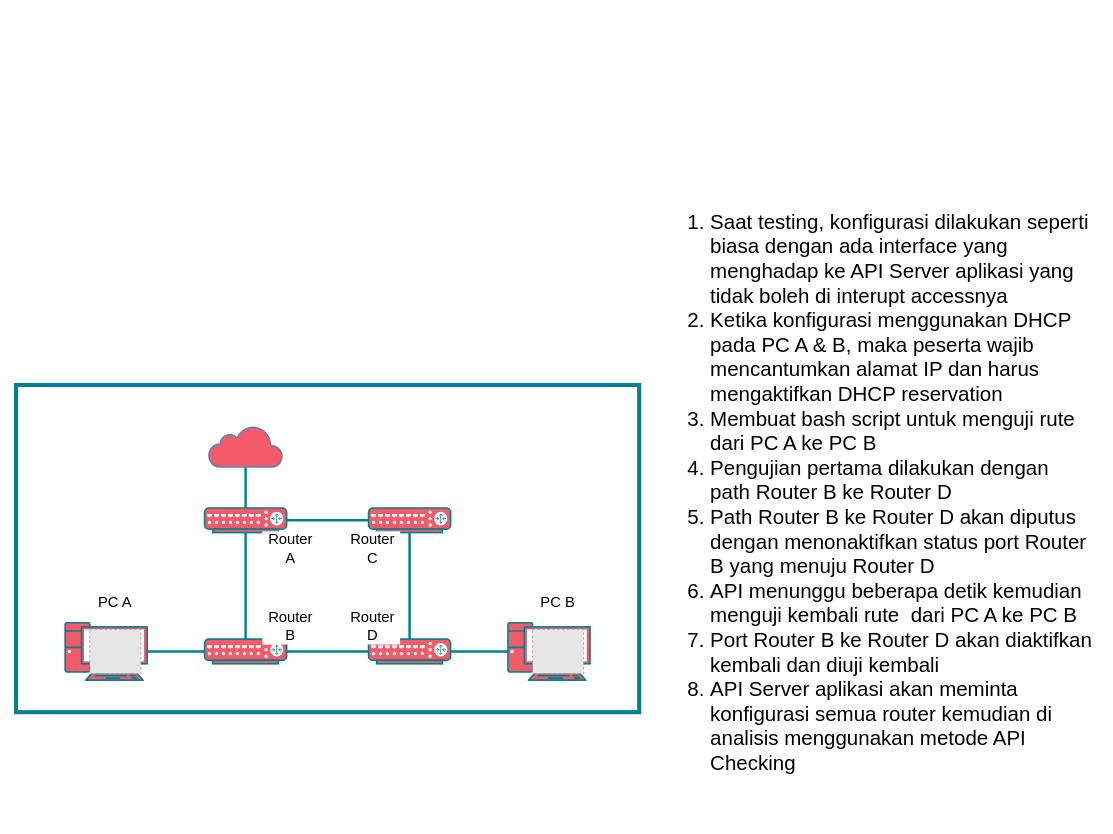
Earlier version of the draw.io diagram Arsitektur Thesis.drawio (Rizqirazkafi/catatan-thesis). Source tidied: cells renumbered, new cells numbered last; positions are measured from the earlier drawing's top-left corner, leaving out a move shared by most shapes. Both pictures are drawn from the tidied source at 82%, with x=0, y=0 at pixel (16, 163). Pictures stored in the file or linked from it are replaced by grey dashed boxes.
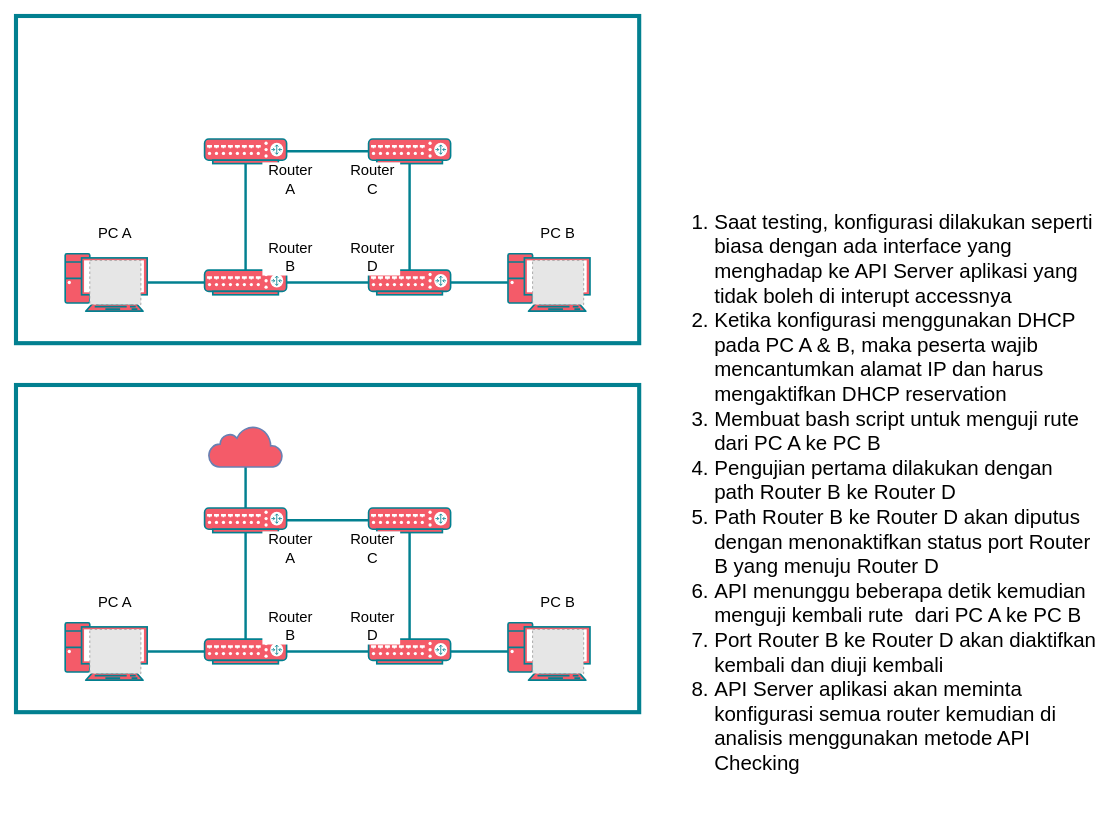
After the change.

Commit message:
Added first-stage testing diagram

Change to the diagram source:
```diff
@@
     <mxCell id="25" value="&lt;ol&gt;&lt;li&gt;Saat testing, konfigurasi dilakukan seperti biasa dengan ada interface yang menghadap ke API Server aplikasi yang tidak boleh di interupt accessnya&lt;/li&gt;&lt;li&gt;Ketika konfigurasi menggunakan DHCP pada PC A &amp;amp; B, maka peserta wajib mencantumkan alamat IP dan harus mengaktifkan DHCP reservation&lt;/li&gt;&lt;li&gt;Membuat bash script untuk menguji rute dari PC A ke PC B&lt;/li&gt;&lt;li&gt;Pengujian pertama dilakukan dengan path Router B ke Router D&lt;/li&gt;&lt;li&gt;Path Router B ke Router D akan diputus dengan menonaktifkan status port Router B yang menuju Router D&lt;/li&gt;&lt;li&gt;API menunggu beberapa detik kemudian menguji kembali rute&amp;nbsp; dari PC A ke PC B&lt;/li&gt;&lt;li&gt;Port Router B ke Router D akan diaktifkan kembali dan diuji kembali&lt;/li&gt;&lt;li&gt;API Server aplikasi akan meminta konfigurasi semua router kemudian di analisis menggunakan metode API Checking&lt;/li&gt;&lt;/ol&gt;" style="text;strokeColor=none;fillColor=none;html=1;whiteSpace=wrap;verticalAlign=middle;overflow=hidden;fontFamily=Helvetica;fontSize=25;fontColor=#000000;labelBackgroundColor=default;" parent="1" vertex="1">
-      <mxGeometry x="805" width="510" height="800" as="geometry" />
+      <mxGeometry x="810" width="510" height="800" as="geometry" />
     </mxCell>
+    <mxCell id="26" style="rounded=0;whiteSpace=wrap;html=1;fillColor=none;strokeWidth=5;labelBackgroundColor=none;strokeColor=#028090;fontColor=#E4FDE1;" parent="1" vertex="1">
+      <mxGeometry y="-180" width="760" height="399" as="geometry" />
+    </mxCell>
+    <mxCell id="27" style="fontColor=#E4FDE1;verticalAlign=top;verticalLabelPosition=bottom;labelPosition=center;align=center;html=1;outlineConnect=0;fillColor=#F45B69;strokeColor=#028090;gradientDirection=north;strokeWidth=2;shape=mxgraph.networks.router;labelBackgroundColor=none;" parent="1" vertex="1">
+      <mxGeometry x="230" y="-30" width="100" height="30" as="geometry" />
+    </mxCell>
+    <mxCell id="28" style="edgeStyle=orthogonalEdgeStyle;shape=connector;rounded=0;jettySize=auto;html=1;exitX=0.5;exitY=1;exitDx=0;exitDy=0;exitPerimeter=0;strokeColor=#028090;strokeWidth=3;align=center;verticalAlign=middle;fontFamily=Helvetica;fontSize=11;fontColor=default;labelBackgroundColor=none;startFill=0;endArrow=none;" parent="1" edge="1" source="29" target="32">
+      <mxGeometry relative="1" as="geometry" />
+    </mxCell>
+    <mxCell id="29" style="fontColor=#E4FDE1;verticalAlign=top;verticalLabelPosition=bottom;labelPosition=center;align=center;html=1;outlineConnect=0;fillColor=#F45B69;strokeColor=#028090;gradientDirection=north;strokeWidth=2;shape=mxgraph.networks.router;labelBackgroundColor=none;" parent="1" vertex="1">
+      <mxGeometry x="430" y="-30" width="100" height="30" as="geometry" />
+    </mxCell>
+    <mxCell id="30" style="fontColor=#E4FDE1;verticalAlign=top;verticalLabelPosition=bottom;labelPosition=center;align=center;html=1;outlineConnect=0;fillColor=#F45B69;strokeColor=#028090;gradientDirection=north;strokeWidth=2;shape=mxgraph.networks.router;labelBackgroundColor=none;" parent="1" vertex="1">
+      <mxGeometry x="230" y="130" width="100" height="30" as="geometry" />
+    </mxCell>
+    <mxCell id="31" style="edgeStyle=orthogonalEdgeStyle;shape=connector;rounded=0;jettySize=auto;html=1;exitX=0;exitY=0.5;exitDx=0;exitDy=0;exitPerimeter=0;strokeColor=#028090;strokeWidth=3;align=center;verticalAlign=middle;fontFamily=Helvetica;fontSize=11;fontColor=default;labelBackgroundColor=none;startFill=0;endArrow=none;" parent="1" edge="1" source="32" target="30">
+      <mxGeometry relative="1" as="geometry" />
+    </mxCell>
+    <mxCell id="32" style="fontColor=#E4FDE1;verticalAlign=top;verticalLabelPosition=bottom;labelPosition=center;align=center;html=1;outlineConnect=0;fillColor=#F45B69;strokeColor=#028090;gradientDirection=north;strokeWidth=2;shape=mxgraph.networks.router;labelBackgroundColor=none;" parent="1" vertex="1">
+      <mxGeometry x="430" y="130" width="100" height="30" as="geometry" />
+    </mxCell>
+    <mxCell id="33" style="edgeStyle=orthogonalEdgeStyle;rounded=0;jettySize=auto;html=1;exitX=0.5;exitY=0;exitDx=0;exitDy=0;exitPerimeter=0;entryX=0.5;entryY=1;entryDx=0;entryDy=0;entryPerimeter=0;endArrow=none;startFill=0;labelBackgroundColor=none;strokeColor=#028090;fontColor=default;strokeWidth=3;" parent="1" edge="1" source="30" target="27">
+      <mxGeometry relative="1" as="geometry" />
+    </mxCell>
+    <mxCell id="34" style="edgeStyle=orthogonalEdgeStyle;shape=connector;rounded=0;jettySize=auto;html=1;exitX=1;exitY=0.5;exitDx=0;exitDy=0;exitPerimeter=0;entryX=0;entryY=0.5;entryDx=0;entryDy=0;entryPerimeter=0;strokeColor=#028090;strokeWidth=3;align=center;verticalAlign=middle;fontFamily=Helvetica;fontSize=11;fontColor=default;labelBackgroundColor=none;startFill=0;endArrow=none;" parent="1" edge="1" source="27" target="29">
+      <mxGeometry relative="1" as="geometry" />
+    </mxCell>
+    <mxCell id="35" style="fontColor=#E4FDE1;verticalAlign=top;verticalLabelPosition=bottom;labelPosition=center;align=center;html=1;outlineConnect=0;fillColor=#F45B69;strokeColor=#028090;gradientDirection=north;strokeWidth=2;shape=mxgraph.networks.pc;fontFamily=Helvetica;fontSize=11;labelBackgroundColor=none;" parent="1" vertex="1">
+      <mxGeometry x="60" y="110" width="100" height="70" as="geometry" />
+    </mxCell>
+    <mxCell id="36" style="fontColor=#E4FDE1;verticalAlign=top;verticalLabelPosition=bottom;labelPosition=center;align=center;html=1;outlineConnect=0;fillColor=#F45B69;strokeColor=#028090;gradientDirection=north;strokeWidth=2;shape=mxgraph.networks.pc;fontFamily=Helvetica;fontSize=11;labelBackgroundColor=none;" parent="1" vertex="1">
+      <mxGeometry x="600" y="110" width="100" height="70" as="geometry" />
+    </mxCell>
+    <mxCell id="37" style="edgeStyle=orthogonalEdgeStyle;rounded=0;jettySize=auto;html=1;exitX=0;exitY=0.5;exitDx=0;exitDy=0;exitPerimeter=0;entryX=1;entryY=0.5;entryDx=0;entryDy=0;entryPerimeter=0;strokeColor=#028090;fontColor=#E4FDE1;fillColor=#F45B69;strokeWidth=3;endArrow=none;startFill=0;" parent="1" edge="1" source="36" target="32">
+      <mxGeometry relative="1" as="geometry" />
+    </mxCell>
+    <mxCell id="38" style="edgeStyle=orthogonalEdgeStyle;shape=connector;rounded=0;jettySize=auto;html=1;exitX=1;exitY=0.5;exitDx=0;exitDy=0;exitPerimeter=0;entryX=0;entryY=0.5;entryDx=0;entryDy=0;entryPerimeter=0;strokeColor=#028090;strokeWidth=3;align=center;verticalAlign=middle;fontFamily=Helvetica;fontSize=11;fontColor=#E4FDE1;labelBackgroundColor=default;startFill=0;endArrow=none;fillColor=#F45B69;" parent="1" edge="1" source="35" target="30">
+      <mxGeometry relative="1" as="geometry" />
+    </mxCell>
+    <mxCell id="39" style="fillColor=#E6E6E6;strokeColor=#999999;dashed=1;verticalLabelPosition=bottom;labelBackgroundColor=default;verticalAlign=top;" parent="1" vertex="1">
+      <mxGeometry x="90" y="118" width="62.3" height="54" as="geometry" />
+    </mxCell>
+    <mxCell id="40" style="fillColor=#E6E6E6;strokeColor=#999999;dashed=1;verticalLabelPosition=bottom;labelBackgroundColor=default;verticalAlign=top;" parent="1" vertex="1">
+      <mxGeometry x="630" y="118" width="62.3" height="54" as="geometry" />
+    </mxCell>
+    <mxCell id="41" value="&lt;font style=&quot;font-size: 18px;&quot;&gt;Router A&lt;/font&gt;" style="text;html=1;align=center;verticalAlign=middle;whiteSpace=wrap;rounded=0;fontFamily=Helvetica;fontSize=11;fontColor=#000000;labelBackgroundColor=default;fillColor=none;" parent="1" vertex="1">
+      <mxGeometry x="300" y="4.5" width="70" height="30" as="geometry" />
+    </mxCell>
+    <mxCell id="42" value="&lt;font style=&quot;font-size: 18px;&quot;&gt;Router B&lt;/font&gt;" style="text;html=1;align=center;verticalAlign=middle;whiteSpace=wrap;rounded=0;fontFamily=Helvetica;fontSize=11;fontColor=#000000;labelBackgroundColor=default;fillColor=none;" parent="1" vertex="1">
+      <mxGeometry x="300" y="100" width="70" height="30" as="geometry" />
+    </mxCell>
+    <mxCell id="43" value="&lt;font style=&quot;font-size: 18px;&quot;&gt;Router C&lt;/font&gt;" style="text;html=1;align=center;verticalAlign=middle;whiteSpace=wrap;rounded=0;fontFamily=Helvetica;fontSize=11;fontColor=#000000;labelBackgroundColor=default;fillColor=none;" parent="1" vertex="1">
+      <mxGeometry x="400" y="4.5" width="70" height="30" as="geometry" />
+    </mxCell>
+    <mxCell id="44" value="&lt;font style=&quot;font-size: 18px;&quot;&gt;Router D&lt;/font&gt;" style="text;html=1;align=center;verticalAlign=middle;whiteSpace=wrap;rounded=0;fontFamily=Helvetica;fontSize=11;fontColor=#000000;labelBackgroundColor=default;fillColor=none;" parent="1" vertex="1">
+      <mxGeometry x="400" y="100" width="70" height="30" as="geometry" />
+    </mxCell>
+    <mxCell id="45" value="&lt;font style=&quot;font-size: 18px;&quot;&gt;PC A&lt;/font&gt;" style="text;html=1;align=center;verticalAlign=middle;whiteSpace=wrap;rounded=0;fontFamily=Helvetica;fontSize=11;fontColor=#000000;labelBackgroundColor=default;fillColor=none;" parent="1" vertex="1">
+      <mxGeometry x="86.2" y="70" width="70" height="30" as="geometry" />
+    </mxCell>
+    <mxCell id="46" value="&lt;font style=&quot;font-size: 18px;&quot;&gt;PC B&lt;/font&gt;" style="text;html=1;align=center;verticalAlign=middle;whiteSpace=wrap;rounded=0;fontFamily=Helvetica;fontSize=11;fontColor=#000000;labelBackgroundColor=default;fillColor=none;" parent="1" vertex="1">
+      <mxGeometry x="626.2" y="70" width="70" height="30" as="geometry" />
+    </mxCell>
```
